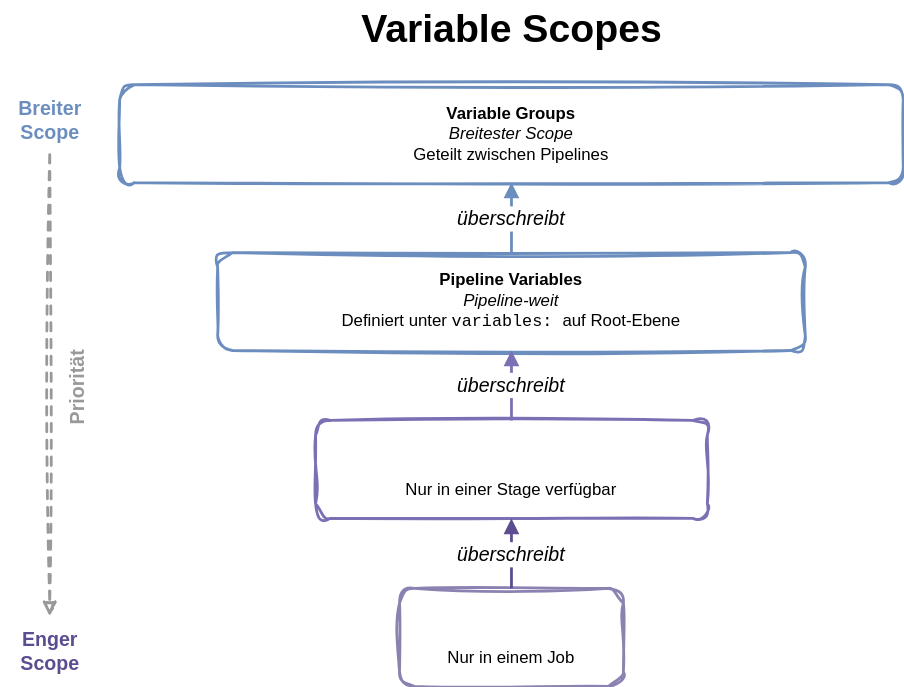
Before: slides/03-variablen-und-secrets/images/variablen-hierarchie.drawio.svg, a diagram exported from draw.io (it-erben/training-azure-pipelines). Source tidied: cells renumbered, new cells last; positions are measured from the earlier drawing's top-left corner, leaving out a move shared by most shapes. Its diagram source:
```xml
<mxGraphModel>
  <root>
    <mxCell id="0" />
    <mxCell id="1" parent="0" />
    <mxCell id="2" value="&lt;b&gt;Variable Groups&lt;/b&gt;&lt;br&gt;&lt;i&gt;Breitester Scope&lt;/i&gt;&lt;br&gt;Geteilt zwischen Pipelines" style="rounded=1;whiteSpace=wrap;html=1;fillColor=none;strokeColor=#6c8ebf;fontSize=12;strokeWidth=2;sketch=1;curveFitting=1;jiggle=2;" parent="1" vertex="1">
      <mxGeometry x="85" y="60" width="560" height="70" as="geometry" />
    </mxCell>
    <mxCell id="3" value="&lt;b&gt;Pipeline Variables&lt;/b&gt;&lt;br&gt;&lt;i&gt;Pipeline-weit&lt;/i&gt;&lt;br&gt;Definiert unter &lt;code&gt;variables:&lt;/code&gt; auf Root-Ebene" style="rounded=1;whiteSpace=wrap;html=1;fillColor=none;strokeColor=#6c8ebf;fontSize=12;strokeWidth=2;sketch=1;curveFitting=1;jiggle=2;" parent="1" vertex="1">
      <mxGeometry x="155" y="180" width="420" height="70" as="geometry" />
    </mxCell>
    <mxCell id="4" value="&lt;b&gt;Stage Variables&lt;/b&gt;&lt;br&gt;&lt;i&gt;Stage-weit&lt;/i&gt;&lt;br&gt;&lt;font style=&quot;color: rgb(0, 0, 0);&quot;&gt;Nur in einer Stage verfügbar&lt;/font&gt;" style="rounded=1;whiteSpace=wrap;html=1;fillColor=none;strokeColor=#7a71b5;fontSize=12;strokeWidth=2;fontColor=#ffffff;sketch=1;curveFitting=1;jiggle=2;" parent="1" vertex="1">
      <mxGeometry x="225" y="300" width="280" height="70" as="geometry" />
    </mxCell>
    <mxCell id="5" value="&lt;b&gt;Job Variables&lt;/b&gt;&lt;br&gt;&lt;i&gt;Engster Scope&lt;/i&gt;&lt;br&gt;&lt;font style=&quot;color: rgb(0, 0, 0);&quot;&gt;Nur in einem Job&lt;/font&gt;" style="rounded=1;whiteSpace=wrap;html=1;fillColor=none;strokeColor=#5c4d91;fontSize=12;strokeWidth=2;fontColor=#ffffff;sketch=1;curveFitting=1;jiggle=2;opacity=70;" parent="1" vertex="1">
      <mxGeometry x="285" y="420" width="160" height="70" as="geometry" />
    </mxCell>
    <mxCell id="6" value="überschreibt" style="endArrow=block;endFill=1;strokeWidth=2;fontSize=14;fontStyle=2;strokeColor=#6c8ebf;" parent="1" edge="1" source="3" target="2">
      <mxGeometry relative="1" as="geometry" />
    </mxCell>
    <mxCell id="7" value="überschreibt" style="endArrow=block;endFill=1;strokeWidth=2;fontSize=14;fontStyle=2;strokeColor=#7a71b5;" parent="1" edge="1" source="4" target="3">
      <mxGeometry x="0.04" relative="1" as="geometry" />
    </mxCell>
    <mxCell id="8" value="überschreibt" style="endArrow=block;endFill=1;strokeWidth=2;fontSize=14;fontStyle=2;strokeColor=#5c4d91;" parent="1" edge="1" source="5" target="4">
      <mxGeometry relative="1" as="geometry" />
    </mxCell>
    <mxCell id="9" value="&lt;b&gt;Breiter&lt;br&gt;Scope&lt;/b&gt;" style="text;html=1;align=center;verticalAlign=middle;points=[];fontSize=14;fontColor=#6c8ebf;" parent="1" vertex="1">
      <mxGeometry y="60" width="70" height="50" as="geometry" />
    </mxCell>
    <mxCell id="10" value="&lt;b&gt;Enger&lt;br&gt;Scope&lt;/b&gt;" style="text;html=1;align=center;verticalAlign=middle;points=[];fontSize=14;fontColor=#5c4d91;" parent="1" vertex="1">
      <mxGeometry y="440" width="70" height="50" as="geometry" />
    </mxCell>
    <mxCell id="11" style="endArrow=block;endFill=1;strokeWidth=2;strokeColor=#999999;dashed=1;sketch=1;curveFitting=1;jiggle=2;" parent="1" edge="1" source="9" target="10">
      <mxGeometry relative="1" as="geometry" />
    </mxCell>
    <mxCell id="12" value="&lt;b&gt;Priorität&lt;/b&gt;" style="text;html=1;align=center;verticalAlign=middle;fontSize=14;fontColor=#999999;rotation=-90;" parent="1" vertex="1">
      <mxGeometry x="15" y="262" width="80" height="30" as="geometry" />
    </mxCell>
    <mxCell id="13" value="Variable Scopes" style="text;strokeColor=none;fillColor=none;html=1;fontSize=28;fontStyle=1;verticalAlign=middle;align=center;" parent="1" vertex="1">
      <mxGeometry x="315" width="100" height="40" as="geometry" />
    </mxCell>
  </root>
</mxGraphModel>
```
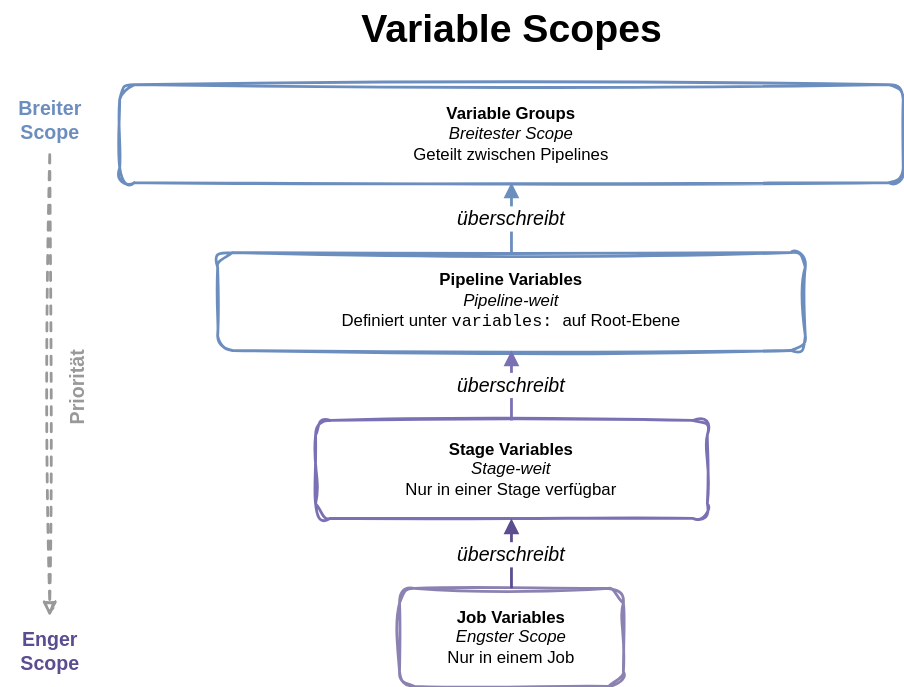
Later version of the same file.

Commit message:
fix: font color

Change to the diagram source:
```diff
@@ -8,10 +8,10 @@
     <mxCell id="3" value="&lt;b&gt;Pipeline Variables&lt;/b&gt;&lt;br&gt;&lt;i&gt;Pipeline-weit&lt;/i&gt;&lt;br&gt;Definiert unter &lt;code&gt;variables:&lt;/code&gt; auf Root-Ebene" style="rounded=1;whiteSpace=wrap;html=1;fillColor=none;strokeColor=#6c8ebf;fontSize=12;strokeWidth=2;sketch=1;curveFitting=1;jiggle=2;" parent="1" vertex="1">
       <mxGeometry x="155" y="180" width="420" height="70" as="geometry" />
     </mxCell>
-    <mxCell id="4" value="&lt;b&gt;Stage Variables&lt;/b&gt;&lt;br&gt;&lt;i&gt;Stage-weit&lt;/i&gt;&lt;br&gt;&lt;font style=&quot;color: rgb(0, 0, 0);&quot;&gt;Nur in einer Stage verfügbar&lt;/font&gt;" style="rounded=1;whiteSpace=wrap;html=1;fillColor=none;strokeColor=#7a71b5;fontSize=12;strokeWidth=2;fontColor=#ffffff;sketch=1;curveFitting=1;jiggle=2;" parent="1" vertex="1">
+    <mxCell id="4" value="&lt;span&gt;&lt;font style=&quot;color: rgb(0, 0, 0);&quot;&gt;&lt;b style=&quot;&quot;&gt;Stage Variables&lt;/b&gt;&lt;br&gt;&lt;i style=&quot;&quot;&gt;Stage-weit&lt;/i&gt;&lt;br&gt;&lt;font style=&quot;color: rgb(0, 0, 0);&quot;&gt;Nur in einer Stage verfügbar&lt;/font&gt;&lt;/font&gt;&lt;/span&gt;" style="rounded=1;whiteSpace=wrap;html=1;fillColor=none;strokeColor=#7a71b5;fontSize=12;strokeWidth=2;fontColor=#ffffff;sketch=1;curveFitting=1;jiggle=2;" parent="1" vertex="1">
       <mxGeometry x="225" y="300" width="280" height="70" as="geometry" />
     </mxCell>
-    <mxCell id="5" value="&lt;b&gt;Job Variables&lt;/b&gt;&lt;br&gt;&lt;i&gt;Engster Scope&lt;/i&gt;&lt;br&gt;&lt;font style=&quot;color: rgb(0, 0, 0);&quot;&gt;Nur in einem Job&lt;/font&gt;" style="rounded=1;whiteSpace=wrap;html=1;fillColor=none;strokeColor=#5c4d91;fontSize=12;strokeWidth=2;fontColor=#ffffff;sketch=1;curveFitting=1;jiggle=2;opacity=70;" parent="1" vertex="1">
+    <mxCell id="5" value="&lt;span&gt;&lt;font style=&quot;color: rgb(0, 0, 0);&quot;&gt;&lt;b style=&quot;&quot;&gt;Job Variables&lt;/b&gt;&lt;br&gt;&lt;i style=&quot;&quot;&gt;Engster Scope&lt;/i&gt;&lt;br&gt;&lt;font style=&quot;color: rgb(0, 0, 0);&quot;&gt;Nur in einem Job&lt;/font&gt;&lt;/font&gt;&lt;/span&gt;" style="rounded=1;whiteSpace=wrap;html=1;fillColor=none;strokeColor=#5c4d91;fontSize=12;strokeWidth=2;fontColor=#ffffff;sketch=1;curveFitting=1;jiggle=2;opacity=70;" parent="1" vertex="1">
       <mxGeometry x="285" y="420" width="160" height="70" as="geometry" />
     </mxCell>
     <mxCell id="6" value="überschreibt" style="endArrow=block;endFill=1;strokeWidth=2;fontSize=14;fontStyle=2;strokeColor=#6c8ebf;" parent="1" edge="1" source="3" target="2">
```
